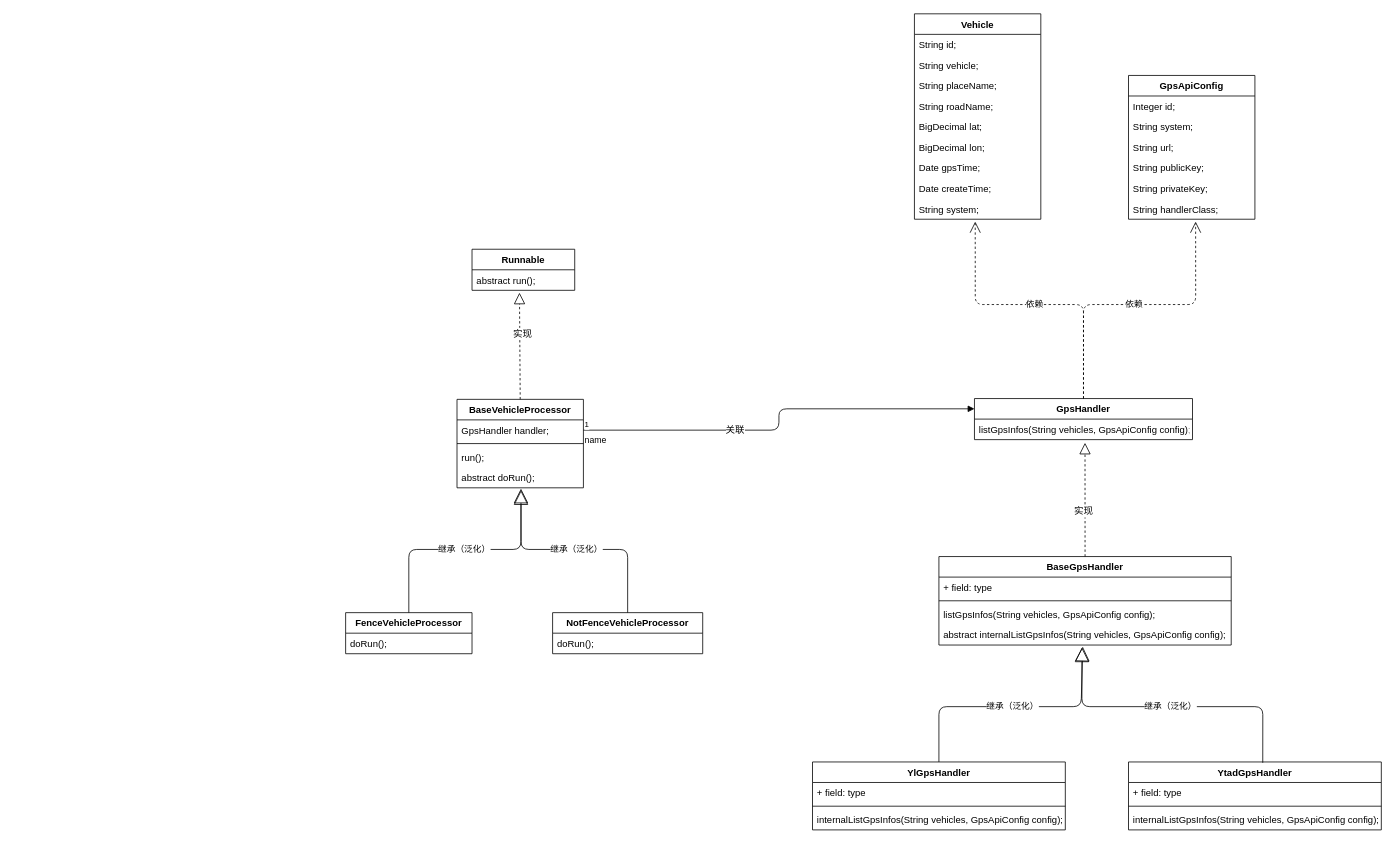
karyzeng/share-design keeps this draw.io diagram as zzp.design.gps/src/main/resources/url类图/GPS类图.drawio. Above is the earlier version. Source tidied: cells renumbered, new cells numbered last; positions are measured from the earlier drawing's top-left corner, leaving out a move shared by most shapes. Both pictures are drawn from the tidied source at 79%, with x=0, y=0 at pixel (345, 13).
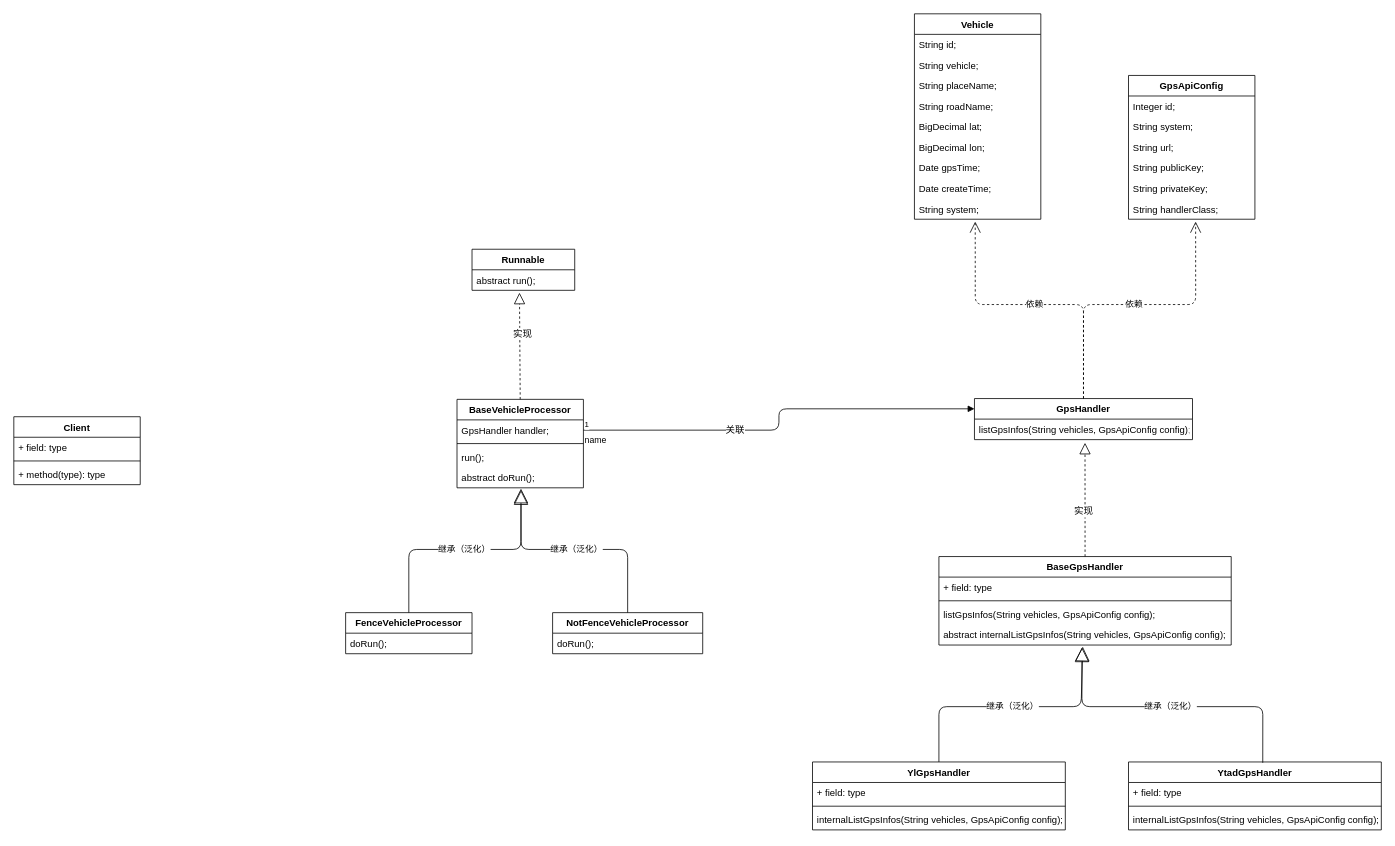
The same page after the edit.

The edit, as a diff of the source:
```diff
@@
+    <mxCell id="58" value="Client" style="swimlane;fontStyle=1;align=center;verticalAlign=top;horizontal=1;startSize=26;" parent="1" vertex="1">
+      <mxGeometry x="-420" y="510" width="160" height="86" as="geometry" />
+    </mxCell>
+    <mxCell id="59" value="+ field: type" style="text;strokeColor=none;fillColor=none;align=left;verticalAlign=top;spacingLeft=4;spacingRight=4;overflow=hidden;" parent="58" vertex="1">
+      <mxGeometry y="26" width="160" height="26" as="geometry" />
+    </mxCell>
+    <mxCell id="60" style="line;strokeWidth=1;fillColor=none;align=left;verticalAlign=middle;spacingTop=-1;spacingLeft=3;spacingRight=3;labelPosition=right;" parent="58" vertex="1">
+      <mxGeometry y="52" width="160" height="8" as="geometry" />
+    </mxCell>
+    <mxCell id="61" value="+ method(type): type" style="text;strokeColor=none;fillColor=none;align=left;verticalAlign=top;spacingLeft=4;spacingRight=4;overflow=hidden;" parent="58" vertex="1">
+      <mxGeometry y="60" width="160" height="26" as="geometry" />
+    </mxCell>
```
